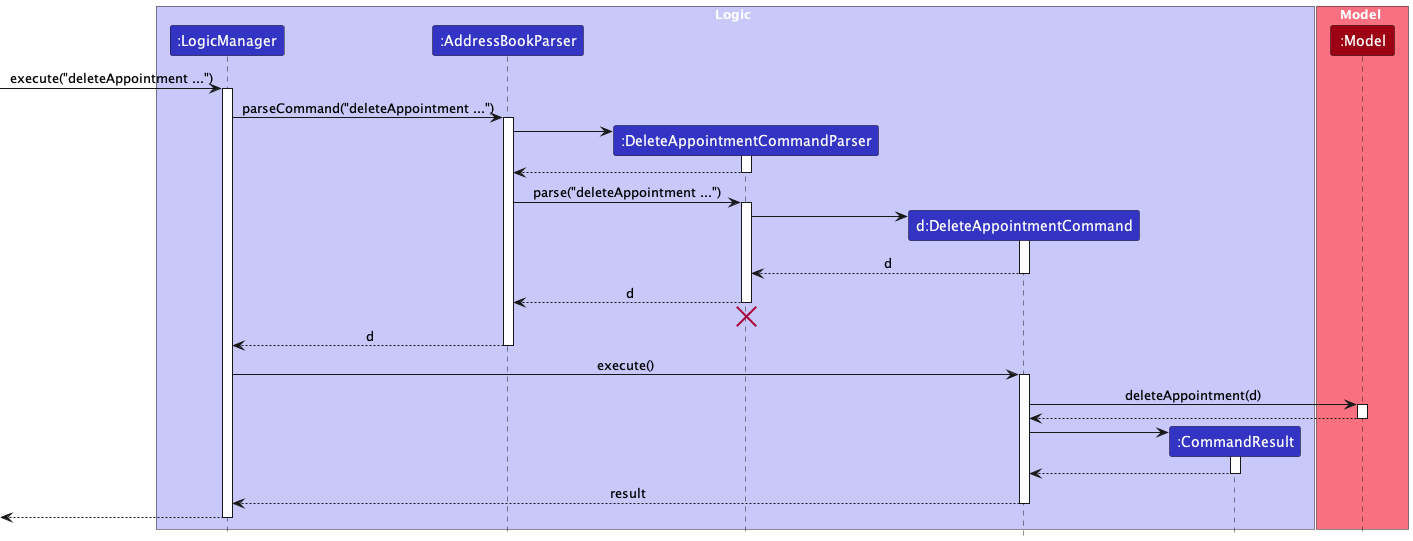
The PlantUML diagram docs/images/DeleteAppointmentSequenceDiagram.png in nus-cs2103-AY2223S2/tp, before a commit. The source it was exported from:
```plantuml
@startuml
!include style.puml

box Logic LOGIC_COLOR_T1
participant ":LogicManager" as LogicManager LOGIC_COLOR
participant ":AddressBookParser" as AddressBookParser LOGIC_COLOR
participant ":DeleteAppointmentCommandParser" as DeleteAppointmentCommandParser LOGIC_COLOR
participant "d:DeleteAppointmentCommand" as DeleteAppointmentCommand LOGIC_COLOR
participant ":CommandResult" as CommandResult LOGIC_COLOR
end box

box Model MODEL_COLOR_T1
participant ":Model" as Model MODEL_COLOR
end box

[-> LogicManager : execute("deleteAppointment ...")
activate LogicManager

LogicManager -> AddressBookParser : parseCommand("deleteAppointment ...")
activate AddressBookParser

create DeleteAppointmentCommandParser
AddressBookParser -> DeleteAppointmentCommandParser
activate DeleteAppointmentCommandParser

DeleteAppointmentCommandParser --> AddressBookParser
deactivate DeleteAppointmentCommandParser

AddressBookParser -> DeleteAppointmentCommandParser : parse("deleteAppointment ...")
activate DeleteAppointmentCommandParser

create DeleteAppointmentCommand
DeleteAppointmentCommandParser -> DeleteAppointmentCommand
activate DeleteAppointmentCommand

DeleteAppointmentCommand --> DeleteAppointmentCommandParser : d
deactivate DeleteAppointmentCommand

DeleteAppointmentCommandParser --> AddressBookParser : d
deactivate DeleteAppointmentCommandParser
DeleteAppointmentCommandParser -[hidden]-> AddressBookParser
destroy DeleteAppointmentCommandParser

AddressBookParser --> LogicManager : d
deactivate AddressBookParser

LogicManager -> DeleteAppointmentCommand : execute()
activate DeleteAppointmentCommand

DeleteAppointmentCommand -> Model : deleteAppointment(d)
activate Model

Model --> DeleteAppointmentCommand
deactivate Model

create CommandResult
DeleteAppointmentCommand -> CommandResult
activate CommandResult

CommandResult --> DeleteAppointmentCommand
deactivate CommandResult

DeleteAppointmentCommand --> LogicManager : result
deactivate DeleteAppointmentCommand

[<--LogicManager
deactivate LogicManager
@enduml
```
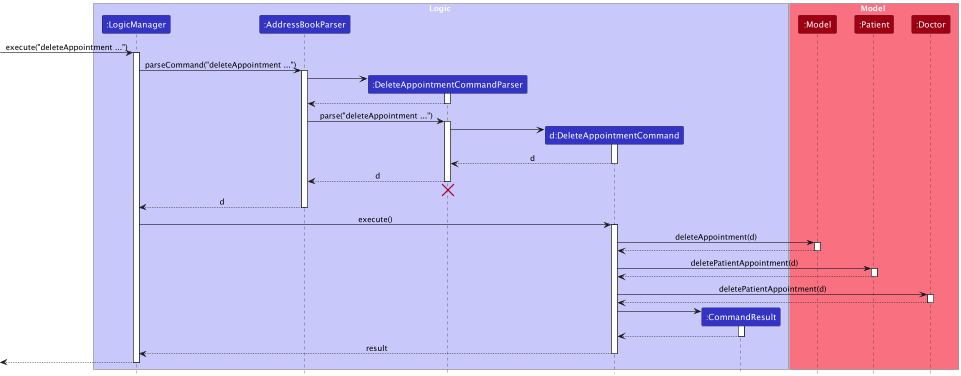
Above is the later version.

Commit message:
Update add/delete appointment sequence diagram

The edit, as a diff of the source:
```diff
@@ -11,6 +11,8 @@
 
 box Model MODEL_COLOR_T1
 participant ":Model" as Model MODEL_COLOR
+participant ":Patient" as Patient MODEL_COLOR
+participant ":Doctor" as Doctor MODEL_COLOR
 end box
 
 [-> LogicManager : execute("deleteAppointment ...")
@@ -53,6 +55,18 @@
 Model --> DeleteAppointmentCommand
 deactivate Model
 
+DeleteAppointmentCommand -> Patient : deletePatientAppointment(d)
+activate Patient
+
+Patient --> DeleteAppointmentCommand
+deactivate Patient
+
+DeleteAppointmentCommand -> Doctor : deletePatientAppointment(d)
+activate Doctor
+
+Doctor --> DeleteAppointmentCommand
+deactivate Doctor
+
 create CommandResult
 DeleteAppointmentCommand -> CommandResult
 activate CommandResult
```
